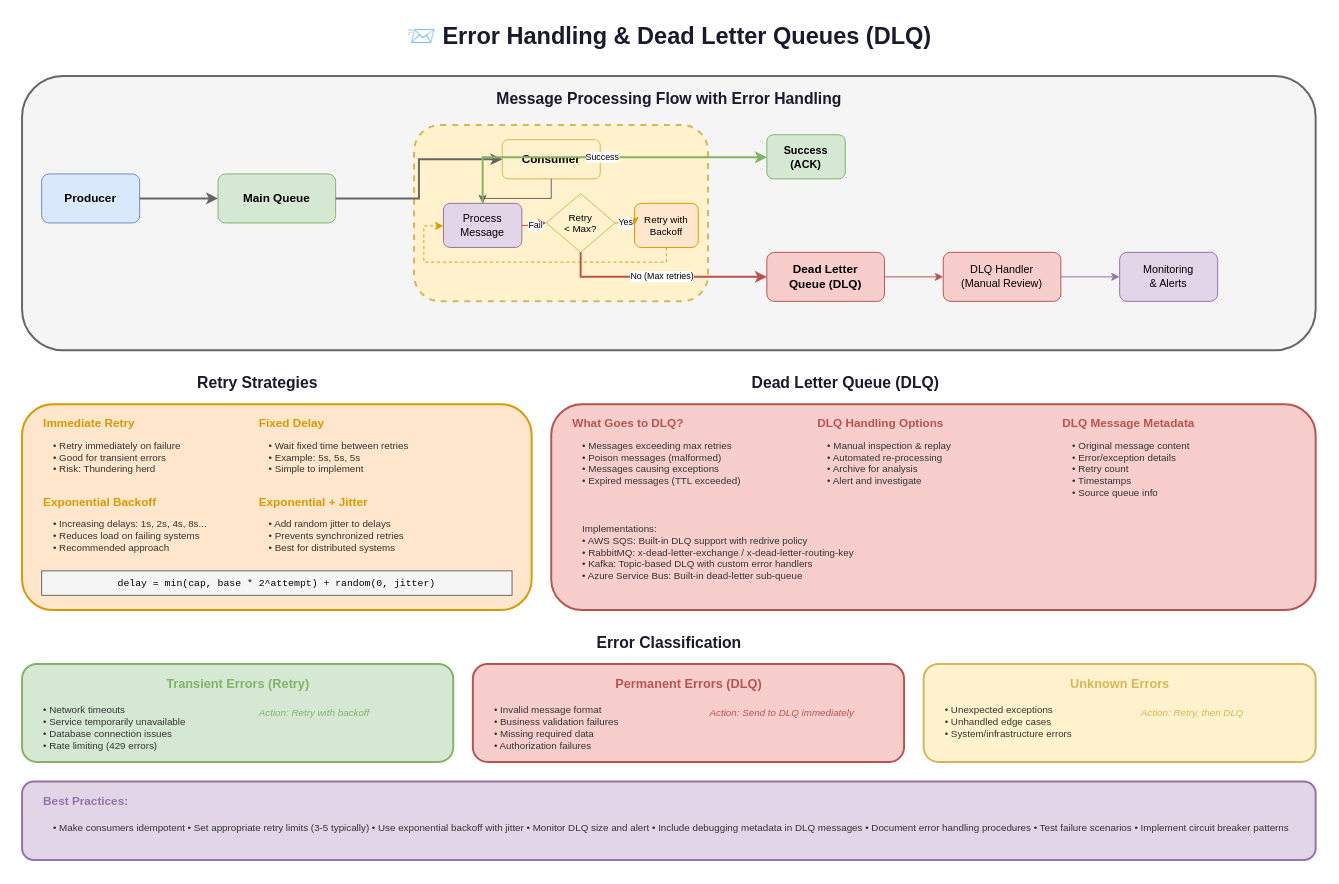
Earlier version of the draw.io diagram lesson-02-event-driven-architecture/06-best-practices/6.1-error-handling-dlq.drawio (MrParkerZ7/document-lesson-software-architect-x-claude). Source tidied: cells renumbered, new cells numbered last; positions are measured from the earlier drawing's top-left corner, leaving out a move shared by most shapes. Both pictures are drawn from the tidied source at 98%, with x=0, y=0 at pixel (22, 17).
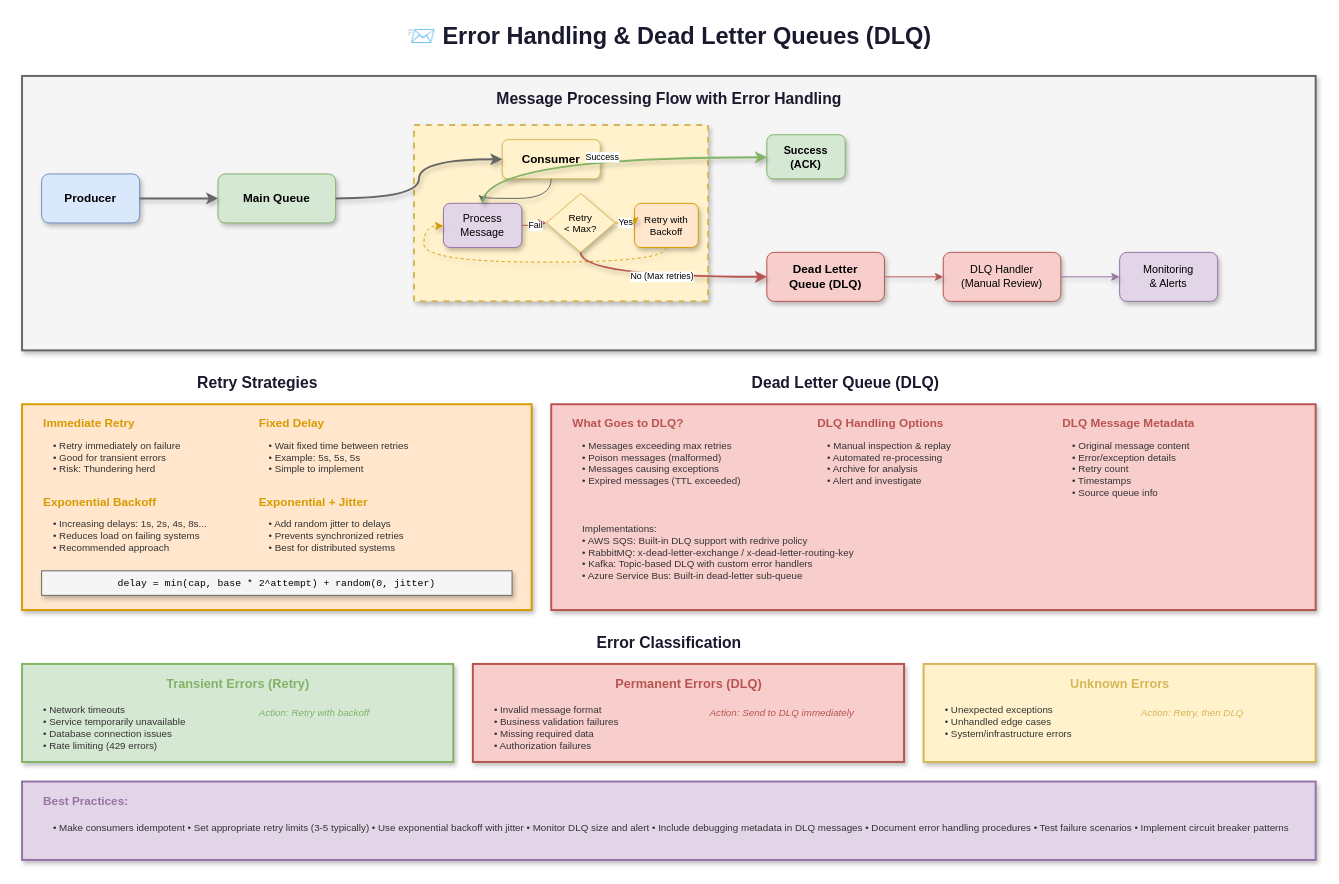
The same diagram, later.

What changed in the source:
```diff
@@
-    <mxCell id="3" style="rounded=1;whiteSpace=wrap;html=1;fillColor=#f5f5f5;strokeColor=#666666;strokeWidth=2;" parent="1" vertex="1">
+    <mxCell id="3" style="rounded=0;whiteSpace=wrap;html=1;fillColor=#f5f5f5;strokeColor=#666666;strokeWidth=2;shadow=1;" parent="1" vertex="1">
       <mxGeometry y="60" width="1320" height="280" as="geometry" />
     </mxCell>
@@
-    <mxCell id="5" value="Producer" style="rounded=1;whiteSpace=wrap;html=1;fillColor=#dae8fc;strokeColor=#6c8ebf;fontSize=12;fontStyle=1;" parent="1" vertex="1">
+    <mxCell id="5" value="Producer" style="rounded=1;whiteSpace=wrap;html=1;fillColor=#dae8fc;strokeColor=#6c8ebf;fontSize=12;fontStyle=1;shadow=1;" parent="1" vertex="1">
       <mxGeometry x="20" y="160" width="100" height="50" as="geometry" />
     </mxCell>
-    <mxCell id="6" value="Main Queue" style="rounded=1;whiteSpace=wrap;html=1;fillColor=#d5e8d4;strokeColor=#82b366;fontSize=12;fontStyle=1;" parent="1" vertex="1">
+    <mxCell id="6" value="Main Queue" style="rounded=1;whiteSpace=wrap;html=1;fillColor=#d5e8d4;strokeColor=#82b366;fontSize=12;fontStyle=1;shadow=1;" parent="1" vertex="1">
       <mxGeometry x="200" y="160" width="120" height="50" as="geometry" />
     </mxCell>
-    <mxCell id="7" style="rounded=1;whiteSpace=wrap;html=1;fillColor=#fff2cc;strokeColor=#d6b656;strokeWidth=2;dashed=1;" parent="1" vertex="1">
+    <mxCell id="7" style="rounded=0;whiteSpace=wrap;html=1;fillColor=#fff2cc;strokeColor=#d6b656;strokeWidth=2;dashed=1;shadow=1;" parent="1" vertex="1">
       <mxGeometry x="400" y="110" width="300" height="180" as="geometry" />
     </mxCell>
-    <mxCell id="8" value="Consumer" style="rounded=1;whiteSpace=wrap;html=1;fillColor=#fff2cc;strokeColor=#d6b656;fontSize=12;fontStyle=1;" parent="1" vertex="1">
+    <mxCell id="8" value="Consumer" style="rounded=1;whiteSpace=wrap;html=1;fillColor=#fff2cc;strokeColor=#d6b656;fontSize=12;fontStyle=1;shadow=1;" parent="1" vertex="1">
       <mxGeometry x="490" y="125" width="100" height="40" as="geometry" />
     </mxCell>
-    <mxCell id="9" value="Process&#10;Message" style="rounded=1;whiteSpace=wrap;html=1;fillColor=#e1d5e7;strokeColor=#9673a6;fontSize=11;" parent="1" vertex="1">
+    <mxCell id="9" value="Process&#10;Message" style="rounded=1;whiteSpace=wrap;html=1;fillColor=#e1d5e7;strokeColor=#9673a6;fontSize=11;shadow=1;" parent="1" vertex="1">
       <mxGeometry x="430" y="190" width="80" height="45" as="geometry" />
     </mxCell>
-    <mxCell id="10" value="Retry&#10;&lt; Max?" style="rhombus;whiteSpace=wrap;html=1;fillColor=#fff2cc;strokeColor=#d6b656;fontSize=10;" parent="1" vertex="1">
+    <mxCell id="10" value="Retry&#10;&lt; Max?" style="rhombus;whiteSpace=wrap;html=1;fillColor=#fff2cc;strokeColor=#d6b656;fontSize=10;shadow=1;" parent="1" vertex="1">
       <mxGeometry x="535" y="180" width="70" height="60" as="geometry" />
     </mxCell>
-    <mxCell id="11" value="Retry with&#10;Backoff" style="rounded=1;whiteSpace=wrap;html=1;fillColor=#ffe6cc;strokeColor=#d79b00;fontSize=10;" parent="1" vertex="1">
+    <mxCell id="11" value="Retry with&#10;Backoff" style="rounded=1;whiteSpace=wrap;html=1;fillColor=#ffe6cc;strokeColor=#d79b00;fontSize=10;shadow=1;" parent="1" vertex="1">
       <mxGeometry x="625" y="190" width="65" height="45" as="geometry" />
     </mxCell>
-    <mxCell id="12" value="Success&#10;(ACK)" style="rounded=1;whiteSpace=wrap;html=1;fillColor=#d5e8d4;strokeColor=#82b366;fontSize=11;fontStyle=1;" parent="1" vertex="1">
+    <mxCell id="12" value="Success&#10;(ACK)" style="rounded=1;whiteSpace=wrap;html=1;fillColor=#d5e8d4;strokeColor=#82b366;fontSize=11;fontStyle=1;shadow=1;" parent="1" vertex="1">
       <mxGeometry x="760" y="120" width="80" height="45" as="geometry" />
     </mxCell>
-    <mxCell id="13" value="Dead Letter&#10;Queue (DLQ)" style="rounded=1;whiteSpace=wrap;html=1;fillColor=#f8cecc;strokeColor=#b85450;fontSize=12;fontStyle=1;" parent="1" vertex="1">
+    <mxCell id="13" value="Dead Letter&#10;Queue (DLQ)" style="rounded=1;whiteSpace=wrap;html=1;fillColor=#f8cecc;strokeColor=#b85450;fontSize=12;fontStyle=1;shadow=1;" parent="1" vertex="1">
       <mxGeometry x="760" y="240" width="120" height="50" as="geometry" />
     </mxCell>
-    <mxCell id="14" value="DLQ Handler&#10;(Manual Review)" style="rounded=1;whiteSpace=wrap;html=1;fillColor=#f8cecc;strokeColor=#b85450;fontSize=11;" parent="1" vertex="1">
+    <mxCell id="14" value="DLQ Handler&#10;(Manual Review)" style="rounded=1;whiteSpace=wrap;html=1;fillColor=#f8cecc;strokeColor=#b85450;fontSize=11;shadow=1;" parent="1" vertex="1">
       <mxGeometry x="940" y="240" width="120" height="50" as="geometry" />
     </mxCell>
-    <mxCell id="15" value="Monitoring&#10;&amp; Alerts" style="rounded=1;whiteSpace=wrap;html=1;fillColor=#e1d5e7;strokeColor=#9673a6;fontSize=11;" parent="1" vertex="1">
+    <mxCell id="15" value="Monitoring&#10;&amp; Alerts" style="rounded=1;whiteSpace=wrap;html=1;fillColor=#e1d5e7;strokeColor=#9673a6;fontSize=11;shadow=1;" parent="1" vertex="1">
       <mxGeometry x="1120" y="240" width="100" height="50" as="geometry" />
     </mxCell>
-    <mxCell id="16" style="edgeStyle=orthogonalEdgeStyle;rounded=0;jettySize=auto;html=1;strokeColor=#666666;strokeWidth=2;endArrow=classic;" parent="1" edge="1" source="5" target="6">
+    <mxCell id="16" style="edgeStyle=orthogonalEdgeStyle;rounded=0;jettySize=auto;html=1;strokeColor=#666666;strokeWidth=2;endArrow=classic;shadow=1;curved=1;flowAnimation=1;jumpStyle=arc;" parent="1" edge="1" source="5" target="6">
       <mxGeometry relative="1" as="geometry" />
     </mxCell>
-    <mxCell id="17" style="edgeStyle=orthogonalEdgeStyle;rounded=0;jettySize=auto;html=1;strokeColor=#666666;strokeWidth=2;endArrow=classic;" parent="1" edge="1" source="6" target="8">
+    <mxCell id="17" style="edgeStyle=orthogonalEdgeStyle;rounded=0;jettySize=auto;html=1;strokeColor=#666666;strokeWidth=2;endArrow=classic;shadow=1;curved=1;flowAnimation=1;jumpStyle=arc;" parent="1" edge="1" source="6" target="8">
       <mxGeometry relative="1" as="geometry" />
     </mxCell>
-    <mxCell id="18" style="edgeStyle=orthogonalEdgeStyle;rounded=0;jettySize=auto;html=1;strokeColor=#666666;strokeWidth=1;endArrow=classic;" parent="1" edge="1" source="8" target="9">
+    <mxCell id="18" style="edgeStyle=orthogonalEdgeStyle;rounded=0;jettySize=auto;html=1;strokeColor=#666666;strokeWidth=1;endArrow=classic;shadow=1;curved=1;flowAnimation=1;jumpStyle=arc;" parent="1" edge="1" source="8" target="9">
       <mxGeometry relative="1" as="geometry" />
     </mxCell>
-    <mxCell id="19" value="Fail" style="edgeStyle=orthogonalEdgeStyle;rounded=0;jettySize=auto;html=1;strokeColor=#b85450;strokeWidth=1;endArrow=classic;fontSize=9;" parent="1" edge="1" source="9" target="10">
+    <mxCell id="19" value="Fail" style="edgeStyle=orthogonalEdgeStyle;rounded=0;jettySize=auto;html=1;strokeColor=#b85450;strokeWidth=1;endArrow=classic;fontSize=9;shadow=1;curved=1;flowAnimation=1;jumpStyle=arc;" parent="1" edge="1" source="9" target="10">
       <mxGeometry relative="1" as="geometry" />
     </mxCell>
-    <mxCell id="20" value="Yes" style="edgeStyle=orthogonalEdgeStyle;rounded=0;jettySize=auto;html=1;strokeColor=#d79b00;strokeWidth=1;endArrow=classic;fontSize=9;" parent="1" edge="1" source="10" target="11">
+    <mxCell id="20" value="Yes" style="edgeStyle=orthogonalEdgeStyle;rounded=0;jettySize=auto;html=1;strokeColor=#d79b00;strokeWidth=1;endArrow=classic;fontSize=9;shadow=1;curved=1;flowAnimation=1;jumpStyle=arc;" parent="1" edge="1" source="10" target="11">
       <mxGeometry relative="1" as="geometry" />
     </mxCell>
-    <mxCell id="21" style="edgeStyle=orthogonalEdgeStyle;rounded=0;jettySize=auto;html=1;strokeColor=#d79b00;strokeWidth=1;endArrow=classic;dashed=1;" parent="1" edge="1" source="11" target="9">
+    <mxCell id="21" style="edgeStyle=orthogonalEdgeStyle;rounded=0;jettySize=auto;html=1;strokeColor=#d79b00;strokeWidth=1;endArrow=classic;dashed=1;shadow=1;curved=1;flowAnimation=1;jumpStyle=arc;" parent="1" edge="1" source="11" target="9">
       <mxGeometry relative="1" as="geometry">
         <Array as="points">
           <mxPoint x="658" y="250" />
           <mxPoint x="410" y="250" />
           <mxPoint x="410" y="213" />
         </Array>
       </mxGeometry>
     </mxCell>
-    <mxCell id="22" value="Success" style="edgeStyle=orthogonalEdgeStyle;rounded=0;jettySize=auto;html=1;strokeColor=#82b366;strokeWidth=2;endArrow=classic;fontSize=9;" parent="1" edge="1" source="9" target="12">
+    <mxCell id="22" value="Success" style="edgeStyle=orthogonalEdgeStyle;rounded=0;jettySize=auto;html=1;strokeColor=#82b366;strokeWidth=2;endArrow=classic;fontSize=9;shadow=1;curved=1;flowAnimation=1;jumpStyle=arc;" parent="1" edge="1" source="9" target="12">
       <mxGeometry relative="1" as="geometry">
         <Array as="points">
           <mxPoint x="470" y="143" />
         </Array>
       </mxGeometry>
     </mxCell>
-    <mxCell id="23" value="No (Max retries)" style="edgeStyle=orthogonalEdgeStyle;rounded=0;jettySize=auto;html=1;strokeColor=#b85450;strokeWidth=2;endArrow=classic;fontSize=9;" parent="1" edge="1" source="10" target="13">
+    <mxCell id="23" value="No (Max retries)" style="edgeStyle=orthogonalEdgeStyle;rounded=0;jettySize=auto;html=1;strokeColor=#b85450;strokeWidth=2;endArrow=classic;fontSize=9;shadow=1;curved=1;flowAnimation=1;jumpStyle=arc;" parent="1" edge="1" source="10" target="13">
       <mxGeometry relative="1" as="geometry">
         <Array as="points">
           <mxPoint x="570" y="265" />
         </Array>
       </mxGeometry>
     </mxCell>
-    <mxCell id="24" style="edgeStyle=orthogonalEdgeStyle;rounded=0;jettySize=auto;html=1;strokeColor=#b85450;strokeWidth=1;endArrow=classic;" parent="1" edge="1" source="13" target="14">
+    <mxCell id="24" style="edgeStyle=orthogonalEdgeStyle;rounded=0;jettySize=auto;html=1;strokeColor=#b85450;strokeWidth=1;endArrow=classic;shadow=1;curved=1;flowAnimation=1;jumpStyle=arc;" parent="1" edge="1" source="13" target="14">
       <mxGeometry relative="1" as="geometry" />
     </mxCell>
-    <mxCell id="25" style="edgeStyle=orthogonalEdgeStyle;rounded=0;jettySize=auto;html=1;strokeColor=#9673a6;strokeWidth=1;endArrow=classic;" parent="1" edge="1" source="14" target="15">
+    <mxCell id="25" style="edgeStyle=orthogonalEdgeStyle;rounded=0;jettySize=auto;html=1;strokeColor=#9673a6;strokeWidth=1;endArrow=classic;shadow=1;curved=1;flowAnimation=1;jumpStyle=arc;" parent="1" edge="1" source="14" target="15">
       <mxGeometry relative="1" as="geometry" />
     </mxCell>
@@
-    <mxCell id="27" style="rounded=1;whiteSpace=wrap;html=1;fillColor=#ffe6cc;strokeColor=#d79b00;strokeWidth=2;" parent="1" vertex="1">
+    <mxCell id="27" style="rounded=0;whiteSpace=wrap;html=1;fillColor=#ffe6cc;strokeColor=#d79b00;strokeWidth=2;shadow=1;" parent="1" vertex="1">
       <mxGeometry y="395" width="520" height="210" as="geometry" />
     </mxCell>
@@
-    <mxCell id="36" value="delay = min(cap, base * 2^attempt) + random(0, jitter)" style="rounded=0;whiteSpace=wrap;html=1;fillColor=#f5f5f5;strokeColor=#666666;fontSize=10;fontFamily=Courier New;" parent="1" vertex="1">
+    <mxCell id="36" value="delay = min(cap, base * 2^attempt) + random(0, jitter)" style="rounded=0;whiteSpace=wrap;html=1;fillColor=#f5f5f5;strokeColor=#666666;fontSize=10;fontFamily=Courier New;shadow=1;" parent="1" vertex="1">
       <mxGeometry x="20" y="565" width="480" height="25" as="geometry" />
     </mxCell>
@@
-    <mxCell id="38" style="rounded=1;whiteSpace=wrap;html=1;fillColor=#f8cecc;strokeColor=#b85450;strokeWidth=2;" parent="1" vertex="1">
+    <mxCell id="38" style="rounded=0;whiteSpace=wrap;html=1;fillColor=#f8cecc;strokeColor=#b85450;strokeWidth=2;shadow=1;" parent="1" vertex="1">
       <mxGeometry x="540" y="395" width="780" height="210" as="geometry" />
     </mxCell>
@@
-    <mxCell id="47" style="rounded=1;whiteSpace=wrap;html=1;fillColor=#d5e8d4;strokeColor=#82b366;strokeWidth=2;" parent="1" vertex="1">
+    <mxCell id="47" style="rounded=0;whiteSpace=wrap;html=1;fillColor=#d5e8d4;strokeColor=#82b366;strokeWidth=2;shadow=1;" parent="1" vertex="1">
       <mxGeometry y="660" width="440" height="100" as="geometry" />
     </mxCell>
@@
-    <mxCell id="51" style="rounded=1;whiteSpace=wrap;html=1;fillColor=#f8cecc;strokeColor=#b85450;strokeWidth=2;" parent="1" vertex="1">
+    <mxCell id="51" style="rounded=0;whiteSpace=wrap;html=1;fillColor=#f8cecc;strokeColor=#b85450;strokeWidth=2;shadow=1;" parent="1" vertex="1">
       <mxGeometry x="460" y="660" width="440" height="100" as="geometry" />
     </mxCell>
@@
-    <mxCell id="55" style="rounded=1;whiteSpace=wrap;html=1;fillColor=#fff2cc;strokeColor=#d6b656;strokeWidth=2;" parent="1" vertex="1">
+    <mxCell id="55" style="rounded=0;whiteSpace=wrap;html=1;fillColor=#fff2cc;strokeColor=#d6b656;strokeWidth=2;shadow=1;" parent="1" vertex="1">
       <mxGeometry x="920" y="660" width="400" height="100" as="geometry" />
     </mxCell>
@@
-    <mxCell id="59" style="rounded=1;whiteSpace=wrap;html=1;fillColor=#e1d5e7;strokeColor=#9673a6;strokeWidth=2;" parent="1" vertex="1">
+    <mxCell id="59" style="rounded=0;whiteSpace=wrap;html=1;fillColor=#e1d5e7;strokeColor=#9673a6;strokeWidth=2;shadow=1;" parent="1" vertex="1">
       <mxGeometry y="780" width="1320" height="80" as="geometry" />
     </mxCell>
```
